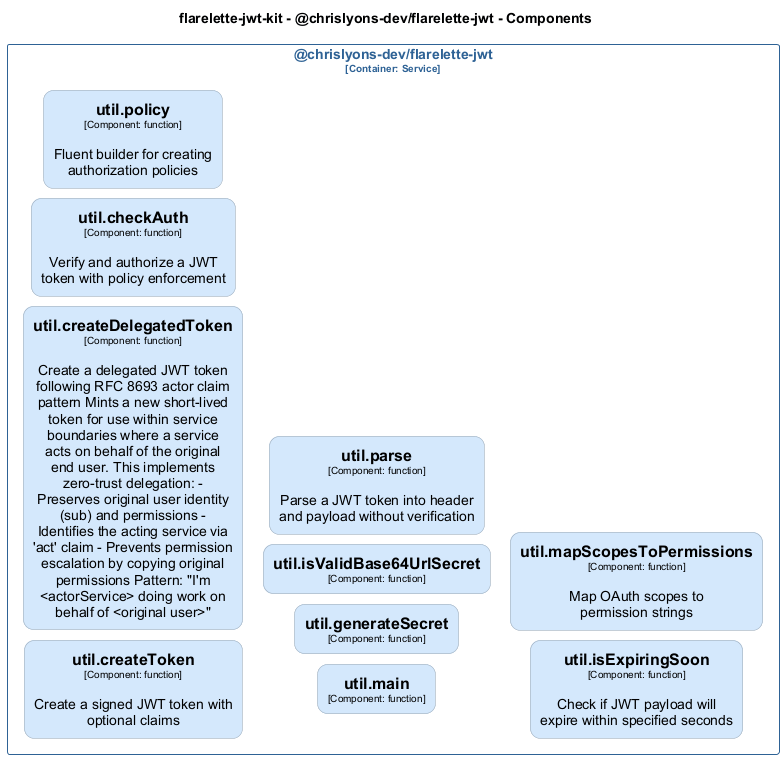
Before: docs/architecture/diagrams/structurizr-Classes_chrislyons_dev_flarelette_jwt__util.png, a diagram exported from PlantUML (chrislyons-dev/flarelette-jwt-kit).
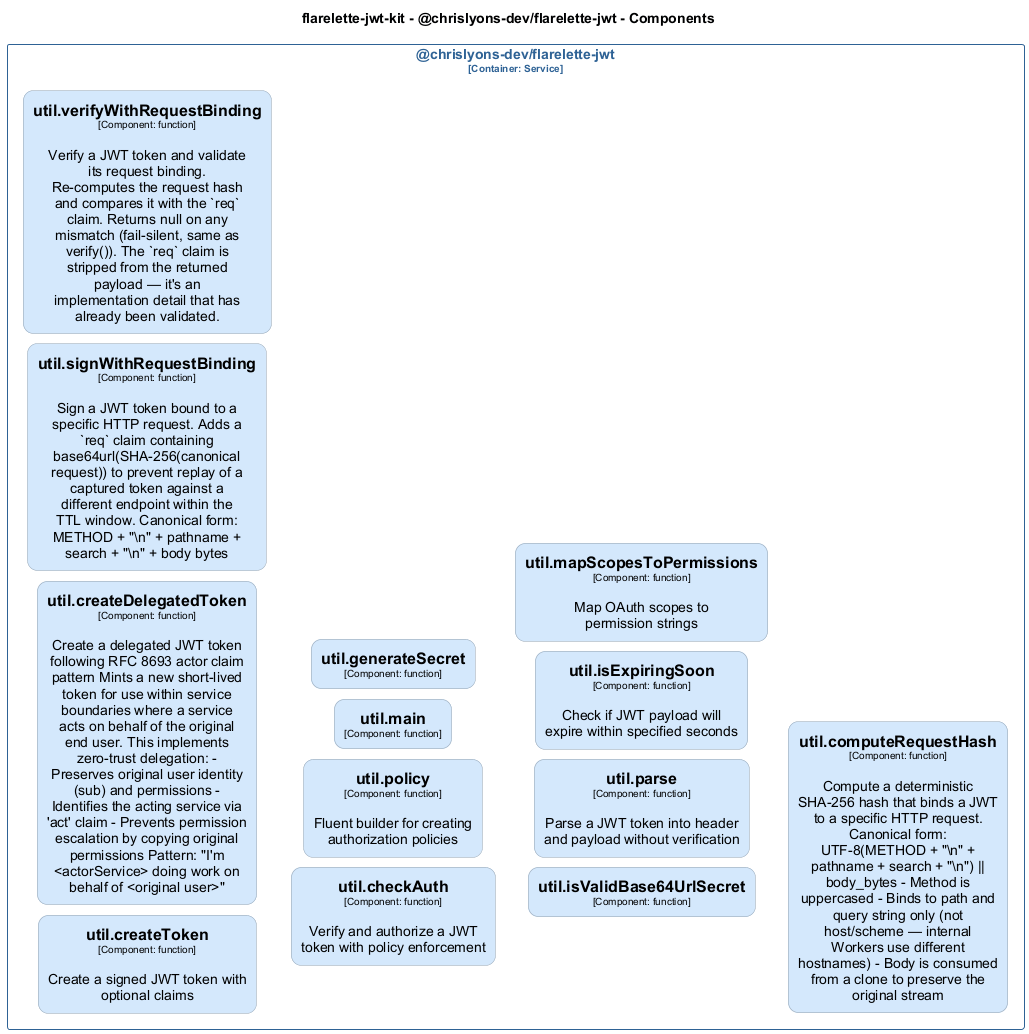
The same file after the commit.

The edit, as a diff of the source:
```diff
@@ -17,6 +17,13 @@
 hide stereotype
 
 skinparam rectangle<<flarelettejwtkit.chrislyonsdevflarelettejwt.utilcheckAuth>> {
+  BackgroundColor #d4e8fc
+  FontColor #000000
+  BorderColor #94a2b0
+  roundCorner 20
+  shadowing false
+}
+skinparam rectangle<<flarelettejwtkit.chrislyonsdevflarelettejwt.utilcomputeRequestHash>> {
   BackgroundColor #d4e8fc
   FontColor #000000
   BorderColor #94a2b0
@@ -86,6 +93,20 @@
   roundCorner 20
   shadowing false
 }
+skinparam rectangle<<flarelettejwtkit.chrislyonsdevflarelettejwt.utilsignWithRequestBinding>> {
+  BackgroundColor #d4e8fc
+  FontColor #000000
+  BorderColor #94a2b0
+  roundCorner 20
+  shadowing false
+}
+skinparam rectangle<<flarelettejwtkit.chrislyonsdevflarelettejwt.utilverifyWithRequestBinding>> {
+  BackgroundColor #d4e8fc
+  FontColor #000000
+  BorderColor #94a2b0
+  roundCorner 20
+  shadowing false
+}
 skinparam rectangle<<flarelettejwtkit.chrislyonsdevflarelettejwt>> {
   BorderColor #2e6295
   FontColor #2e6295
@@ -95,6 +116,8 @@
 rectangle "@chrislyons-dev/flarelette-jwt\n<size:10>[Container: Service]</size>" <<flarelettejwtkit.chrislyonsdevflarelettejwt>> {
   rectangle "==util.createToken\n<size:10>[Component: function]</size>\n\nCreate a signed JWT token with optional claims" <<flarelettejwtkit.chrislyonsdevflarelettejwt.utilcreateToken>> as flarelettejwtkit.chrislyonsdevflarelettejwt.utilcreateToken
   rectangle "==util.createDelegatedToken\n<size:10>[Component: function]</size>\n\nCreate a delegated JWT token following RFC 8693 actor claim pattern Mints a new short-lived token for use within service boundaries where a service acts on behalf of the original end user. This implements zero-trust delegation: - Preserves original user identity (sub) and permissions - Identifies the acting service via 'act' claim - Prevents permission escalation by copying original permissions Pattern: "I'm <actorService> doing work on behalf of <original user>"" <<flarelettejwtkit.chrislyonsdevflarelettejwt.utilcreateDelegatedToken>> as flarelettejwtkit.chrislyonsdevflarelettejwt.utilcreateDelegatedToken
+  rectangle "==util.signWithRequestBinding\n<size:10>[Component: function]</size>\n\nSign a JWT token bound to a specific HTTP request. Adds a `req` claim containing base64url(SHA-256(canonical request)) to prevent replay of a captured token against a different endpoint within the TTL window. Canonical form: METHOD + "\\n" + pathname + search + "\\n" + body bytes" <<flarelettejwtkit.chrislyonsdevflarelettejwt.utilsignWithRequestBinding>> as flarelettejwtkit.chrislyonsdevflarelettejwt.utilsignWithRequestBinding
+  rectangle "==util.verifyWithRequestBinding\n<size:10>[Component: function]</size>\n\nVerify a JWT token and validate its request binding. Re-computes the request hash and compares it with the `req` claim. Returns null on any mismatch (fail-silent, same as verify()). The `req` claim is stripped from the returned payload — it's an implementation detail that has already been validated." <<flarelettejwtkit.chrislyonsdevflarelettejwt.utilverifyWithRequestBinding>> as flarelettejwtkit.chrislyonsdevflarelettejwt.utilverifyWithRequestBinding
   rectangle "==util.checkAuth\n<size:10>[Component: function]</size>\n\nVerify and authorize a JWT token with policy enforcement" <<flarelettejwtkit.chrislyonsdevflarelettejwt.utilcheckAuth>> as flarelettejwtkit.chrislyonsdevflarelettejwt.utilcheckAuth
   rectangle "==util.policy\n<size:10>[Component: function]</size>\n\nFluent builder for creating authorization policies" <<flarelettejwtkit.chrislyonsdevflarelettejwt.utilpolicy>> as flarelettejwtkit.chrislyonsdevflarelettejwt.utilpolicy
   rectangle "==util.main\n<size:10>[Component: function]</size>" <<flarelettejwtkit.chrislyonsdevflarelettejwt.utilmain>> as flarelettejwtkit.chrislyonsdevflarelettejwt.utilmain
@@ -103,6 +126,7 @@
   rectangle "==util.parse\n<size:10>[Component: function]</size>\n\nParse a JWT token into header and payload without verification" <<flarelettejwtkit.chrislyonsdevflarelettejwt.utilparse>> as flarelettejwtkit.chrislyonsdevflarelettejwt.utilparse
   rectangle "==util.isExpiringSoon\n<size:10>[Component: function]</size>\n\nCheck if JWT payload will expire within specified seconds" <<flarelettejwtkit.chrislyonsdevflarelettejwt.utilisExpiringSoon>> as flarelettejwtkit.chrislyonsdevflarelettejwt.utilisExpiringSoon
   rectangle "==util.mapScopesToPermissions\n<size:10>[Component: function]</size>\n\nMap OAuth scopes to permission strings" <<flarelettejwtkit.chrislyonsdevflarelettejwt.utilmapScopesToPermissions>> as flarelettejwtkit.chrislyonsdevflarelettejwt.utilmapScopesToPermissions
+  rectangle "==util.computeRequestHash\n<size:10>[Component: function]</size>\n\nCompute a deterministic SHA-256 hash that binds a JWT to a specific HTTP request. Canonical form: UTF-8(METHOD + "\\n" + pathname + search + "\\n") || body_bytes - Method is uppercased - Binds to path and query string only (not host/scheme — internal Workers use different hostnames) - Body is consumed from a clone to preserve the original stream" <<flarelettejwtkit.chrislyonsdevflarelettejwt.utilcomputeRequestHash>> as flarelettejwtkit.chrislyonsdevflarelettejwt.utilcomputeRequestHash
 }
 
 @enduml
```
